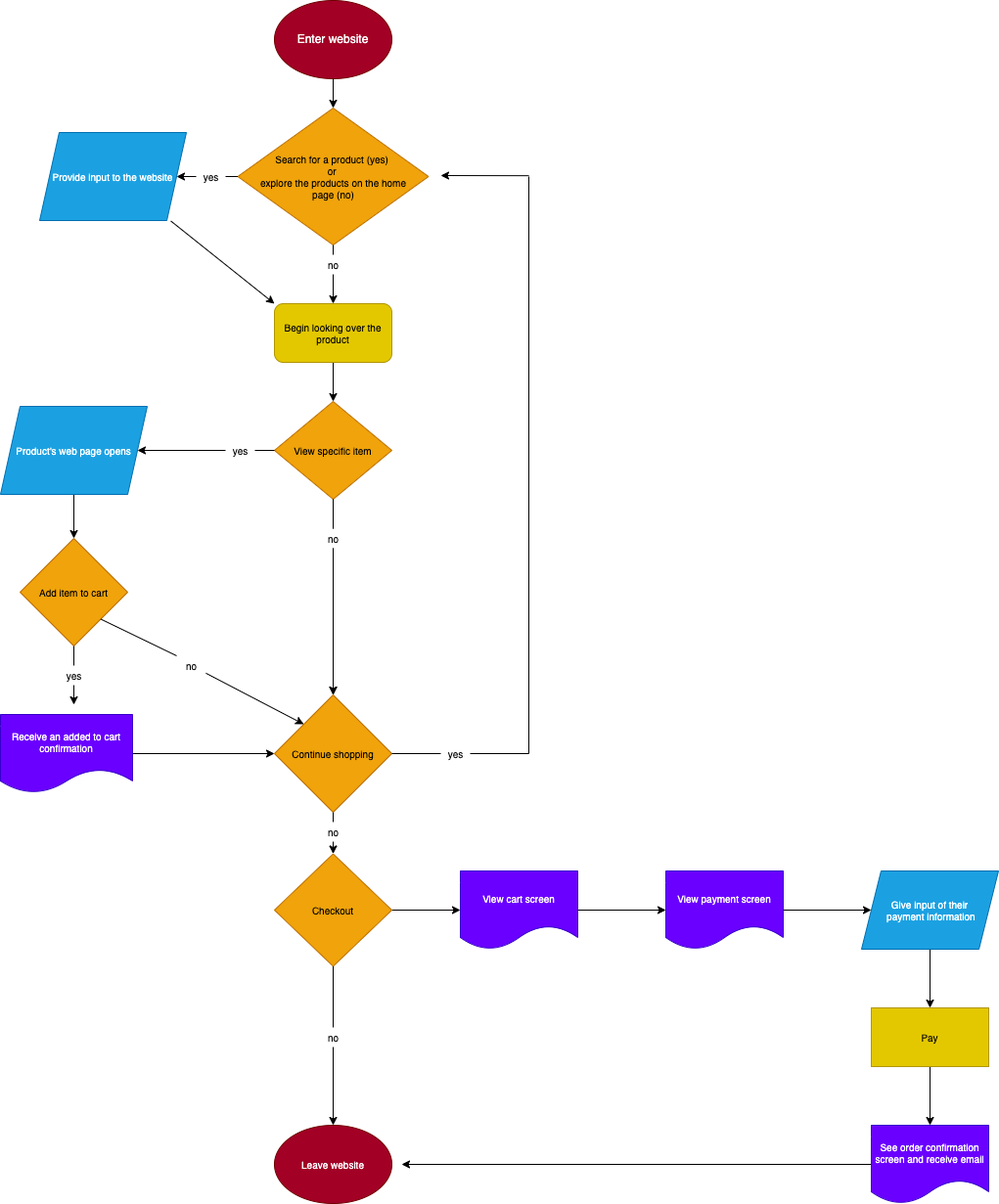
Earlier version of the draw.io export explore/diagramming/diagram.drawio.png (gdietz8/fa22-cse110-lab4). Source tidied: cells renumbered, new cells last; positions are measured from the earlier drawing's top-left corner, leaving out a move shared by most shapes.
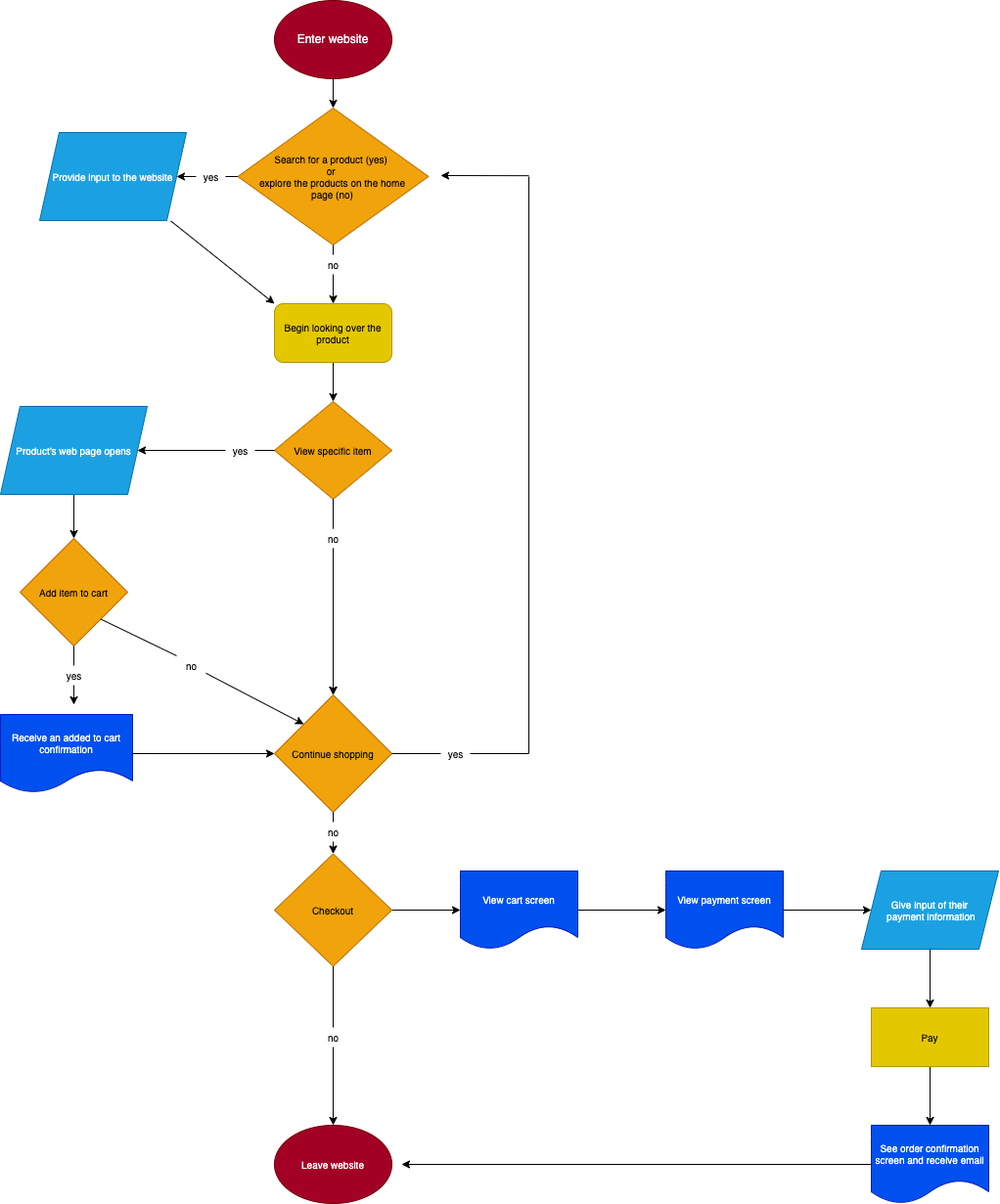
After the commit.

Commit message:
finished diagram

Diff of the diagram source:
```diff
@@ -100,7 +100,7 @@
     <mxCell id="33" style="edgeStyle=none;html=1;fontFamily=Helvetica;fontSize=10;entryX=0;entryY=0.5;entryDx=0;entryDy=0;" parent="1" edge="1" source="34" target="25">
       <mxGeometry relative="1" as="geometry" />
     </mxCell>
-    <mxCell id="34" value="Receive an added to cart confirmation" style="shape=document;whiteSpace=wrap;html=1;boundedLbl=1;fontFamily=Helvetica;fontSize=10;fillColor=#6a00ff;fontColor=#ffffff;strokeColor=#3700CC;" parent="1" vertex="1">
+    <mxCell id="34" value="Receive an added to cart confirmation" style="shape=document;whiteSpace=wrap;html=1;boundedLbl=1;fontFamily=Helvetica;fontSize=10;fillColor=#0050ef;fontColor=#ffffff;strokeColor=#001DBC;" parent="1" vertex="1">
       <mxGeometry y="730" width="135" height="80" as="geometry" />
     </mxCell>
     <mxCell id="35" style="endArrow=none;html=1;fontFamily=Helvetica;fontSize=10;startArrow=none;" parent="1" edge="1" source="38">
@@ -155,13 +155,13 @@
     <mxCell id="48" style="edgeStyle=none;html=1;exitX=1;exitY=0.5;exitDx=0;exitDy=0;entryX=0;entryY=0.5;entryDx=0;entryDy=0;fontFamily=Helvetica;fontSize=10;" parent="1" edge="1" source="49" target="51">
       <mxGeometry relative="1" as="geometry" />
     </mxCell>
-    <mxCell id="49" value="View cart screen" style="shape=document;whiteSpace=wrap;html=1;boundedLbl=1;fontFamily=Helvetica;fontSize=10;fillColor=#6a00ff;fontColor=#ffffff;strokeColor=#3700CC;" parent="1" vertex="1">
+    <mxCell id="49" value="View cart screen" style="shape=document;whiteSpace=wrap;html=1;boundedLbl=1;fontFamily=Helvetica;fontSize=10;fillColor=#0050ef;fontColor=#ffffff;strokeColor=#001DBC;" parent="1" vertex="1">
       <mxGeometry x="470" y="890" width="120" height="80" as="geometry" />
     </mxCell>
     <mxCell id="50" style="edgeStyle=none;html=1;exitX=1;exitY=0.5;exitDx=0;exitDy=0;fontFamily=Helvetica;fontSize=10;" parent="1" edge="1" source="51" target="53">
       <mxGeometry relative="1" as="geometry" />
     </mxCell>
-    <mxCell id="51" value="View payment screen" style="shape=document;whiteSpace=wrap;html=1;boundedLbl=1;fontFamily=Helvetica;fontSize=10;fillColor=#6a00ff;fontColor=#ffffff;strokeColor=#3700CC;" parent="1" vertex="1">
+    <mxCell id="51" value="View payment screen" style="shape=document;whiteSpace=wrap;html=1;boundedLbl=1;fontFamily=Helvetica;fontSize=10;fillColor=#0050ef;fontColor=#ffffff;strokeColor=#001DBC;" parent="1" vertex="1">
       <mxGeometry x="680" y="890" width="120" height="80" as="geometry" />
     </mxCell>
     <mxCell id="52" style="edgeStyle=none;html=1;exitX=0.5;exitY=1;exitDx=0;exitDy=0;entryX=0.5;entryY=0;entryDx=0;entryDy=0;fontFamily=Helvetica;fontSize=10;" parent="1" edge="1" source="53" target="55">
@@ -181,7 +181,7 @@
         <mxPoint x="410" y="1190" as="targetPoint" />
       </mxGeometry>
     </mxCell>
-    <mxCell id="57" value="See order confirmation screen and receive email" style="shape=document;whiteSpace=wrap;html=1;boundedLbl=1;fontFamily=Helvetica;fontSize=10;fillColor=#6a00ff;fontColor=#ffffff;strokeColor=#3700CC;" parent="1" vertex="1">
+    <mxCell id="57" value="See order confirmation screen and receive email" style="shape=document;whiteSpace=wrap;html=1;boundedLbl=1;fontFamily=Helvetica;fontSize=10;fillColor=#0050ef;fontColor=#ffffff;strokeColor=#001DBC;" parent="1" vertex="1">
       <mxGeometry x="890" y="1150" width="120" height="80" as="geometry" />
     </mxCell>
     <mxCell id="58" value="yes" style="text;html=1;align=center;verticalAlign=middle;points=[];fillColor=none;strokeColor=none;rounded=0;fontFamily=Helvetica;fontSize=10;" parent="1" vertex="1">
```
